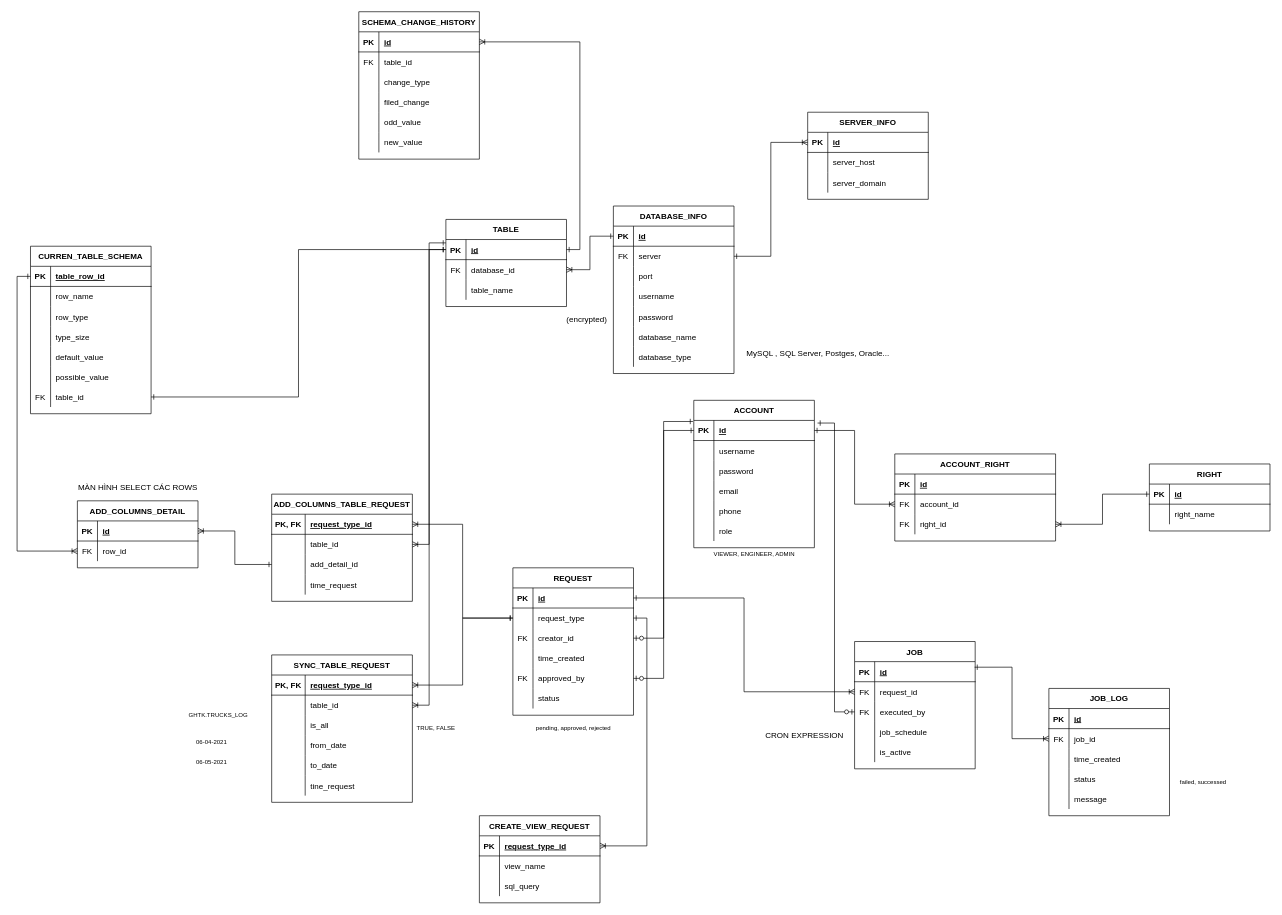
Above: ERD/ERD_CAPSTONE.drawio in duynguyenfpt/CAPSTONE_PROTOTYPE (draw.io), before the change. Source tidied: cells renumbered, new cells numbered last; positions are measured from the earlier drawing's top-left corner, leaving out a move shared by most shapes. Both pictures are drawn from the tidied source at 67%, with x=0, y=0 at pixel (30, 11).
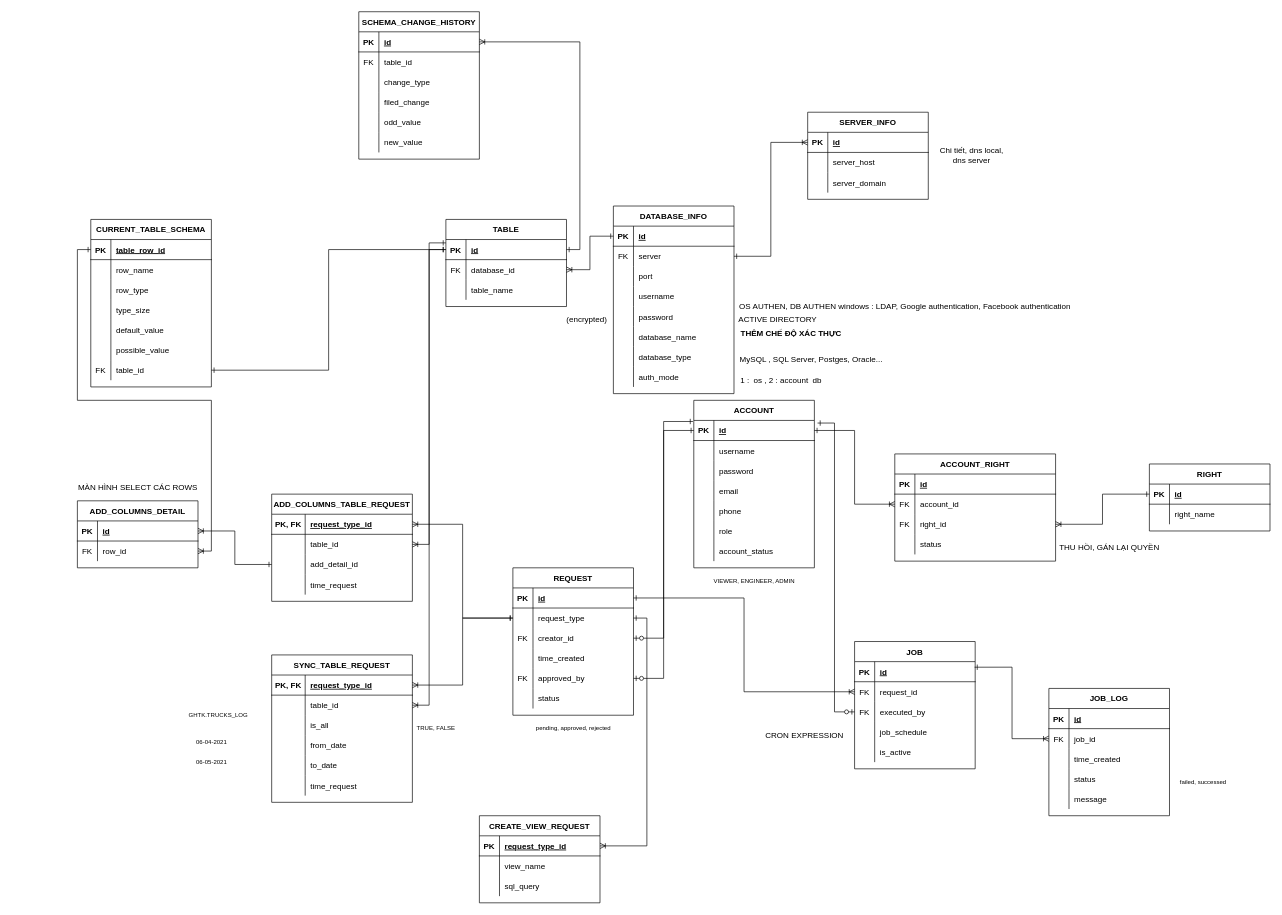
Above is the later version.

The change refers to these unchanged cells:
```xml
<mxCell id="50" style="shape=partialRectangle;fillColor=none;top=0;left=0;bottom=0;right=0;" parent="34" vertex="1">
  <mxGeometry y="180" width="210" height="30" as="geometry" />
</mxCell>
```

What changed in the source:
```diff
@@
-    <mxCell id="52" value="tine_request" style="shape=partialRectangle;fillColor=none;top=0;left=0;bottom=0;right=0;align=left;spacingLeft=6;overflow=hidden;" parent="50" vertex="1">
+    <mxCell id="52" value="time_request" style="shape=partialRectangle;fillColor=none;top=0;left=0;bottom=0;right=0;align=left;spacingLeft=6;overflow=hidden;" parent="50" vertex="1">
       <mxGeometry x="50" width="160" height="30" as="geometry" />
     </mxCell>
@@
-    <mxCell id="71" value="CURREN_TABLE_SCHEMA" style="shape=table;startSize=30;childLayout=tableLayout;rowLines=0;fontStyle=1;align=center;" parent="1" vertex="1">
-      <mxGeometry y="350" width="180" height="250" as="geometry" />
+    <mxCell id="71" value="CURRENT_TABLE_SCHEMA" style="shape=table;startSize=30;childLayout=tableLayout;rowLines=0;fontStyle=1;align=center;" parent="1" vertex="1">
+      <mxGeometry x="90" y="310" width="180" height="250" as="geometry" />
     </mxCell>
@@
     <mxCell id="103" value="DATABASE_INFO" style="shape=table;startSize=30;childLayout=tableLayout;rowLines=0;fontStyle=1;align=center;" parent="1" vertex="1">
-      <mxGeometry x="870" y="290" width="180" height="250" as="geometry" />
+      <mxGeometry x="870" y="290" width="180" height="280" as="geometry" />
     </mxCell>
@@
+    <mxCell id="250" style="shape=partialRectangle;fillColor=none;top=0;left=0;bottom=0;right=0;" parent="103" vertex="1">
+      <mxGeometry y="240" width="180" height="30" as="geometry" />
+    </mxCell>
+    <mxCell id="251" style="shape=partialRectangle;fillColor=none;top=0;left=0;bottom=0;right=0;overflow=hidden;" parent="250" vertex="1">
+      <mxGeometry width="30" height="30" as="geometry" />
+    </mxCell>
+    <mxCell id="252" value="auth_mode " style="shape=partialRectangle;fillColor=none;top=0;left=0;bottom=0;right=0;align=left;spacingLeft=6;overflow=hidden;" parent="250" vertex="1">
+      <mxGeometry x="30" width="150" height="30" as="geometry" />
+    </mxCell>
@@
     <mxCell id="138" value="ACCOUNT" style="shape=table;startSize=30;childLayout=tableLayout;rowLines=0;fontStyle=1;align=center;" parent="1" vertex="1">
-      <mxGeometry x="990" y="580" width="180" height="220" as="geometry" />
+      <mxGeometry x="990" y="580" width="180" height="250" as="geometry" />
     </mxCell>
@@
+    <mxCell id="253" style="shape=partialRectangle;fillColor=none;top=0;left=0;bottom=0;right=0;" parent="138" vertex="1">
+      <mxGeometry y="210" width="180" height="30" as="geometry" />
+    </mxCell>
+    <mxCell id="254" style="shape=partialRectangle;fillColor=none;top=0;left=0;bottom=0;right=0;overflow=hidden;" parent="253" vertex="1">
+      <mxGeometry width="30" height="30" as="geometry" />
+    </mxCell>
+    <mxCell id="255" value="account_status" style="shape=partialRectangle;fillColor=none;top=0;left=0;bottom=0;right=0;align=left;spacingLeft=6;overflow=hidden;" parent="253" vertex="1">
+      <mxGeometry x="30" width="150" height="30" as="geometry" />
+    </mxCell>
@@
     <mxCell id="164" value="ACCOUNT_RIGHT" style="shape=table;startSize=30;childLayout=tableLayout;rowLines=0;fontStyle=1;align=center;" parent="1" vertex="1">
-      <mxGeometry x="1290" y="660" width="240" height="130" as="geometry" />
+      <mxGeometry x="1290" y="660" width="240" height="160" as="geometry" />
     </mxCell>
@@
+    <mxCell id="256" style="shape=partialRectangle;fillColor=none;top=0;left=0;bottom=0;right=0;" parent="164" vertex="1">
+      <mxGeometry y="120" width="240" height="30" as="geometry" />
+    </mxCell>
+    <mxCell id="257" style="shape=partialRectangle;fillColor=none;top=0;left=0;bottom=0;right=0;overflow=hidden;" parent="256" vertex="1">
+      <mxGeometry width="30" height="30" as="geometry" />
+    </mxCell>
+    <mxCell id="258" value="status" style="shape=partialRectangle;fillColor=none;top=0;left=0;bottom=0;right=0;align=left;spacingLeft=6;overflow=hidden;" parent="256" vertex="1">
+      <mxGeometry x="30" width="210" height="30" as="geometry" />
+    </mxCell>
@@
     <mxCell id="228" value="MySQL , SQL Server, Postges, Oracle..." style="text;html=1;align=center;verticalAlign=middle;strokeColor=none;" parent="1" vertex="1">
-      <mxGeometry x="1060" y="500" width="230" height="20" as="geometry" />
+      <mxGeometry x="1050" y="510" width="230" height="20" as="geometry" />
     </mxCell>
     <mxCell id="229" value="VIEWER, ENGINEER, ADMIN" style="text;html=1;align=center;verticalAlign=middle;strokeColor=none;fontSize=9;" parent="1" vertex="1">
-      <mxGeometry x="1010" y="800" width="140" height="20" as="geometry" />
+      <mxGeometry x="1010" y="840" width="140" height="20" as="geometry" />
     </mxCell>
@@
+    <mxCell id="259" value="Chi tiết, dns local, dns server" style="text;html=1;strokeColor=none;fillColor=none;align=center;verticalAlign=middle;whiteSpace=wrap;rounded=0;" parent="1" vertex="1">
+      <mxGeometry x="1350" y="187.5" width="110" height="55" as="geometry" />
+    </mxCell>
+    <mxCell id="260" value="OS AUTHEN, DB AUTHEN windows : LDAP, Google authentication, Facebook authentication" style="text;html=1;align=center;verticalAlign=middle;strokeColor=none;" parent="1" vertex="1">
+      <mxGeometry x="1050" y="430" width="510" height="20" as="geometry" />
+    </mxCell>
+    <mxCell id="261" value="ACTIVE DIRECTORY" style="text;html=1;align=center;verticalAlign=middle;strokeColor=none;" parent="1" vertex="1">
+      <mxGeometry x="1050" y="450" width="130" height="20" as="geometry" />
+    </mxCell>
+    <mxCell id="262" value="&lt;b&gt;THÊM CHẾ ĐỘ XÁC THỰC&lt;/b&gt;" style="text;html=1;align=center;verticalAlign=middle;strokeColor=none;" parent="1" vertex="1">
+      <mxGeometry x="1050" y="470" width="170" height="20" as="geometry" />
+    </mxCell>
+    <mxCell id="263" value="1 :&amp;nbsp; os , 2 : account&amp;nbsp; db" style="text;html=1;align=center;verticalAlign=middle;strokeColor=none;" parent="1" vertex="1">
+      <mxGeometry x="1050" y="540" width="140" height="20" as="geometry" />
+    </mxCell>
+    <mxCell id="264" value="THU HỒI, GÁN LẠI QUYỀN" style="text;html=1;align=center;verticalAlign=middle;strokeColor=none;" parent="1" vertex="1">
+      <mxGeometry x="1530" y="790" width="160" height="20" as="geometry" />
+    </mxCell>
```
